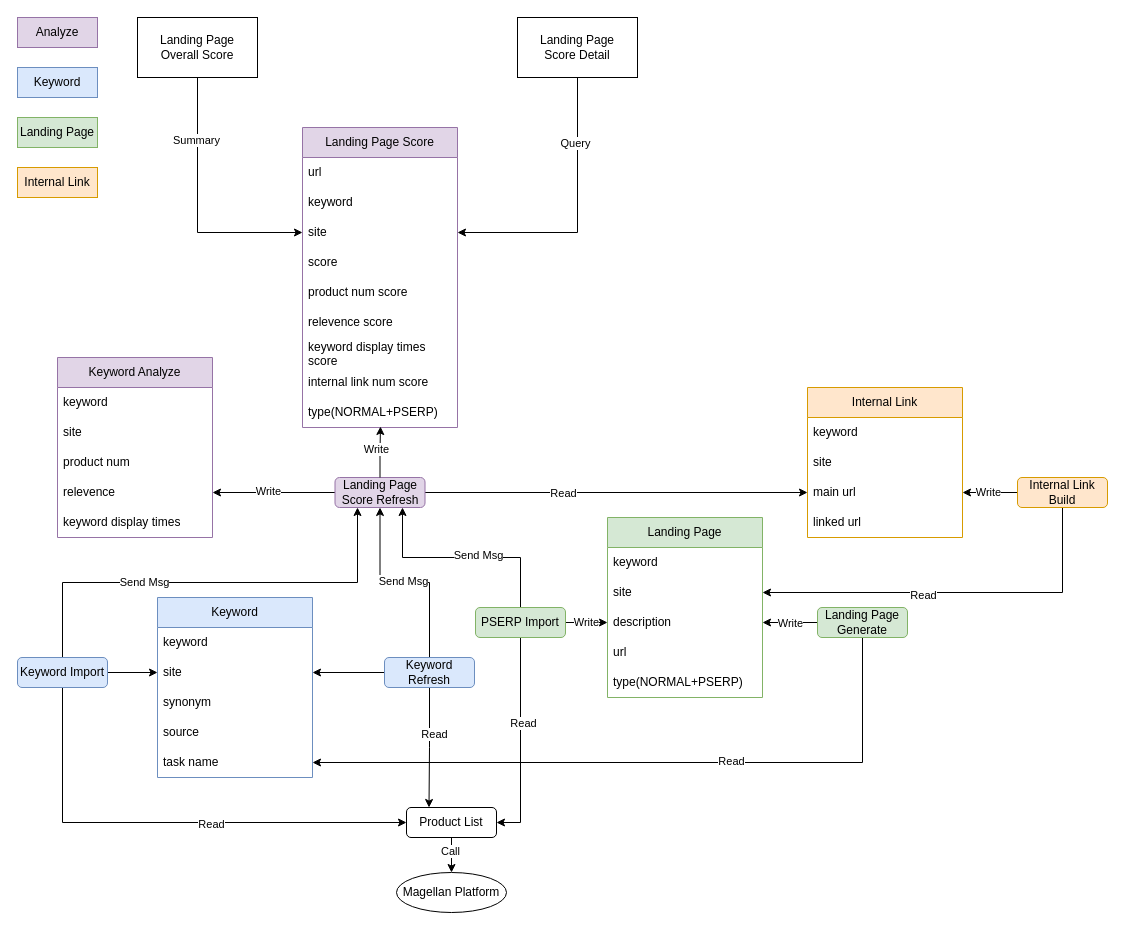
Above: drawio/page_score.drawio in VisableHarry/seo-drawio (draw.io), before the change. Source tidied: cells renumbered, new cells numbered last; positions are measured from the earlier drawing's top-left corner, leaving out a move shared by most shapes. Both pictures are drawn from the tidied source at 100%, with x=0, y=0 at pixel (17, 17).
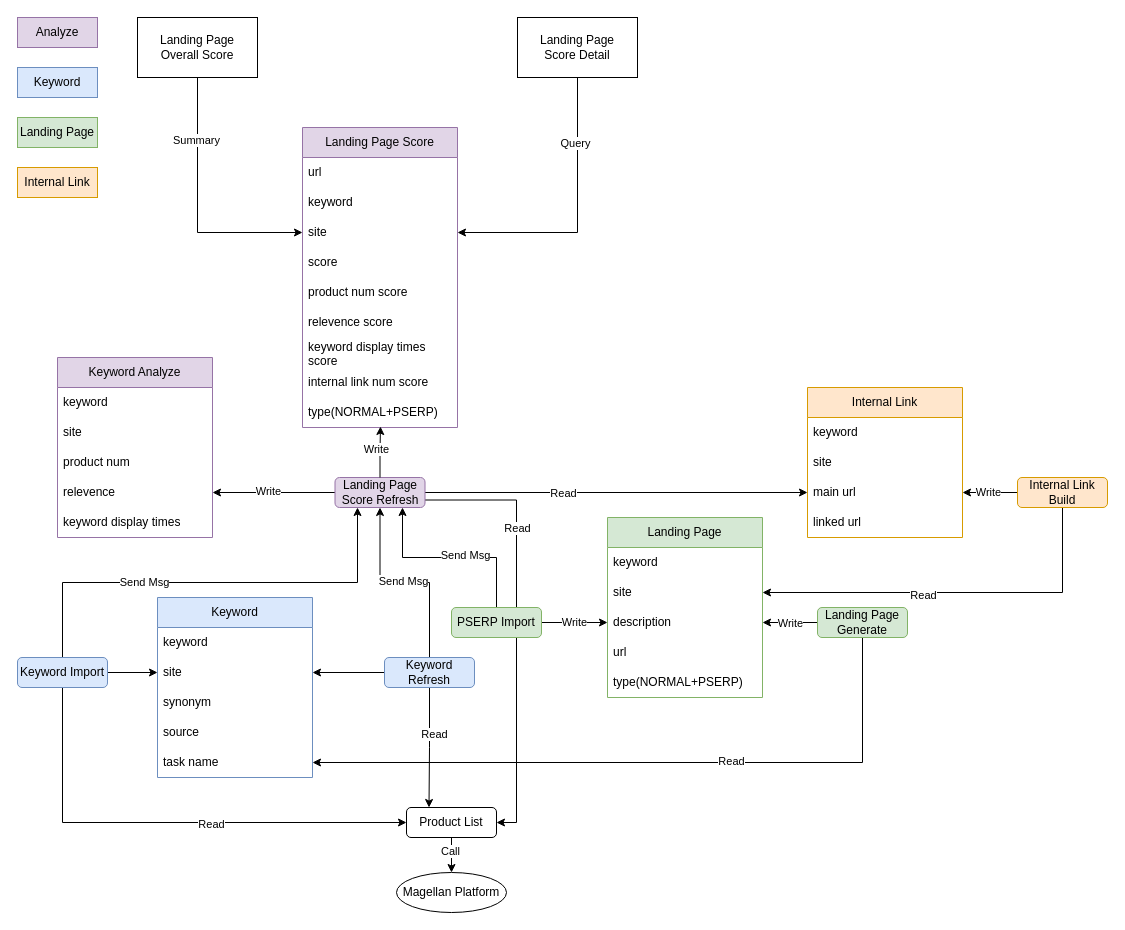
After the change.

Unchanged cells that the change refers to:
```xml
<mxCell id="10" value="Product List" style="rounded=1;whiteSpace=wrap;html=1;" parent="1" vertex="1">
  <mxGeometry x="389" y="790" width="90" height="30" as="geometry" />
</mxCell>
<mxCell id="38" value="Landing Page Score Refresh" style="rounded=1;whiteSpace=wrap;html=1;fillColor=#e1d5e7;strokeColor=#9673a6;" parent="1" vertex="1">
  <mxGeometry x="317.5" y="460" width="90" height="30" as="geometry" />
</mxCell>
```

The edit, as a diff of the source:
```diff
@@
+    <mxCell id="84" style="edgeStyle=orthogonalEdgeStyle;rounded=0;jettySize=auto;html=1;exitX=1;exitY=0.75;exitDx=0;exitDy=0;entryX=1;entryY=0.5;entryDx=0;entryDy=0;" parent="1" edge="1" source="38" target="10">
+      <mxGeometry relative="1" as="geometry" />
+    </mxCell>
+    <mxCell id="66" value="Read" style="edgeLabel;html=1;align=center;verticalAlign=middle;" parent="84" vertex="1">
+      <mxGeometry x="-0.45" relative="1" as="geometry" />
+    </mxCell>
@@
-    <mxCell id="65" style="edgeStyle=orthogonalEdgeStyle;rounded=0;jettySize=auto;html=1;exitX=0.5;exitY=1;exitDx=0;exitDy=0;entryX=1;entryY=0.5;entryDx=0;entryDy=0;" parent="1" edge="1" source="67" target="10">
-      <mxGeometry relative="1" as="geometry" />
-    </mxCell>
-    <mxCell id="66" value="Read" style="edgeLabel;html=1;align=center;verticalAlign=middle;" parent="65" vertex="1">
-      <mxGeometry x="-0.2" y="2" relative="1" as="geometry">
-        <mxPoint y="1" as="offset" />
-      </mxGeometry>
-    </mxCell>
     <mxCell id="67" value="PSERP Import" style="rounded=1;whiteSpace=wrap;html=1;fillColor=#d5e8d4;strokeColor=#82b366;" parent="1" vertex="1">
-      <mxGeometry x="458" y="590" width="90" height="30" as="geometry" />
+      <mxGeometry x="434" y="590" width="90" height="30" as="geometry" />
     </mxCell>
```
